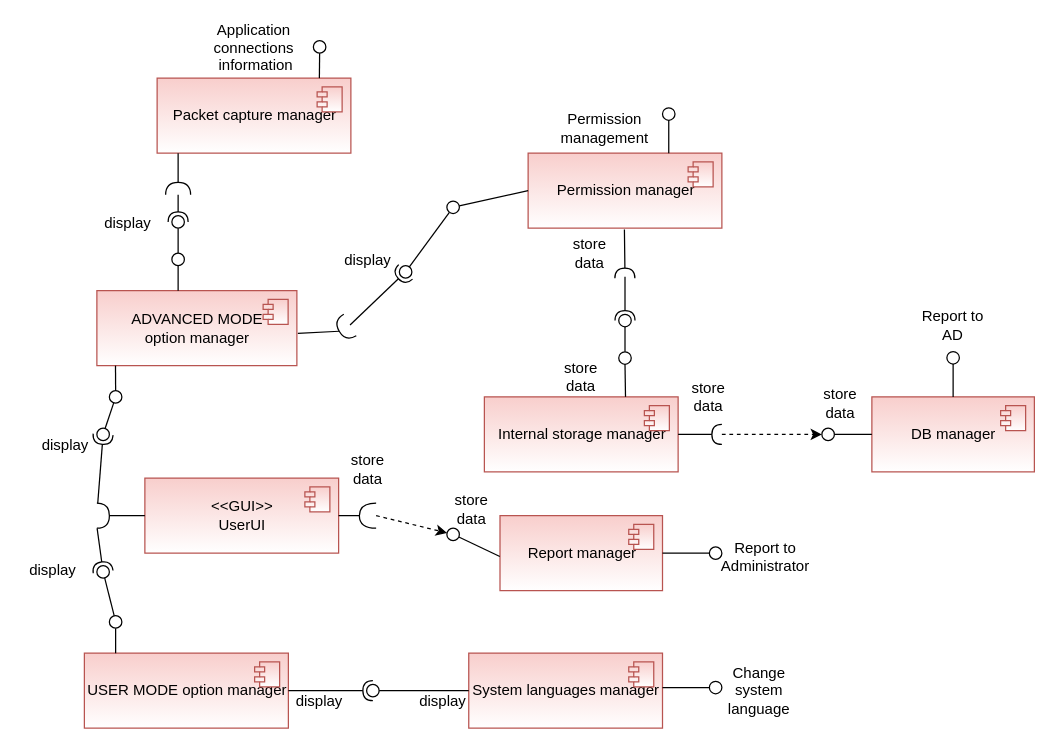
This is SAD/Diagrams/component_diagram.drawio from devmf027/CyberWall, a draw.io file, before an edit. Source tidied: cells renumbered, new cells numbered last; positions are measured from the earlier drawing's top-left corner, leaving out a move shared by most shapes. Both pictures are drawn from the tidied source at 125%, with x=0, y=0 at pixel (21, 30).
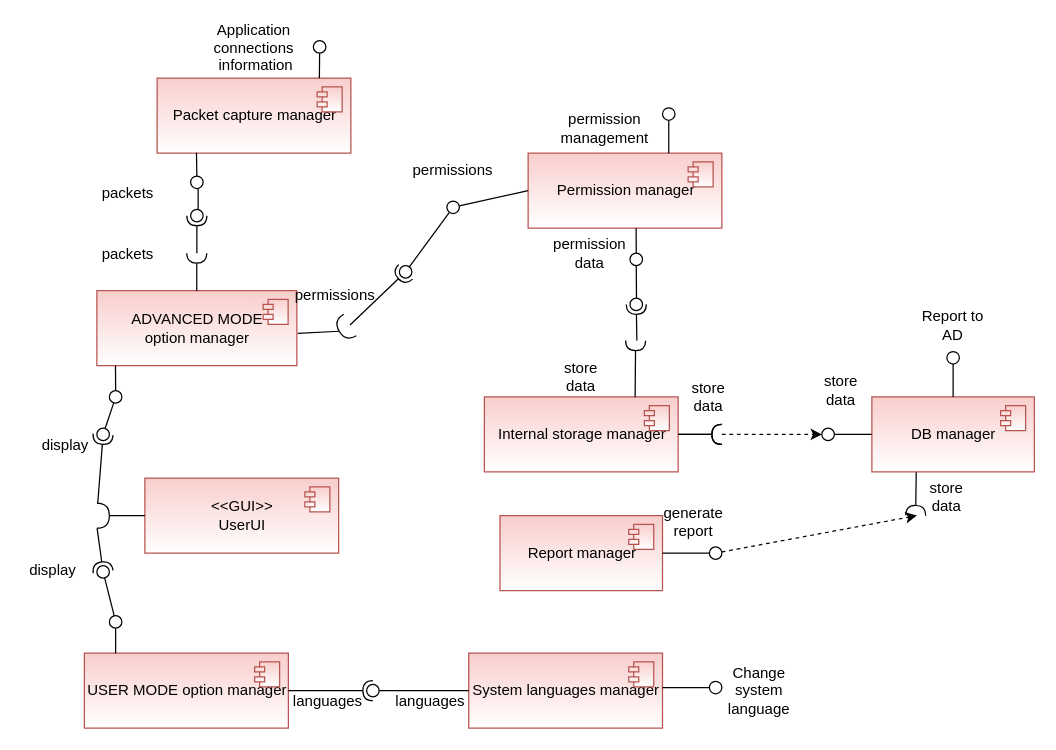
After the change.

Unchanged cells that the change refers to:
```xml
<mxCell id="2" value="Report manager" style="html=1;fillColor=#f8cecc;strokeColor=#b85450;gradientColor=#ffffff;" parent="1" vertex="1">
  <mxGeometry x="382.5" y="388" width="130" height="60" as="geometry" />
</mxCell>
<mxCell id="4" value="DB manager" style="html=1;fillColor=#f8cecc;strokeColor=#b85450;gradientColor=#ffffff;" parent="1" vertex="1">
  <mxGeometry x="680" y="293" width="130" height="60" as="geometry" />
</mxCell>
<mxCell id="14" value="Permission manager" style="html=1;fillColor=#f8cecc;strokeColor=#b85450;gradientColor=#ffffff;" parent="1" vertex="1">
  <mxGeometry x="405" y="98" width="155" height="60" as="geometry" />
</mxCell>
<mxCell id="16" value="Packet capture manager" style="html=1;fillColor=#f8cecc;strokeColor=#b85450;gradientColor=#ffffff;" parent="1" vertex="1">
  <mxGeometry x="108.2" y="38" width="155" height="60" as="geometry" />
</mxCell>
<mxCell id="18" value="Internal storage manager" style="html=1;fillColor=#f8cecc;strokeColor=#b85450;gradientColor=#ffffff;" parent="1" vertex="1">
  <mxGeometry x="370" y="293" width="155" height="60" as="geometry" />
</mxCell>
<mxCell id="64" style="ellipse;whiteSpace=wrap;html=1;align=center;points=[];outlineConnect=0;sketch=0;" parent="1" vertex="1">
  <mxGeometry x="550" y="413" width="10" height="10" as="geometry" />
</mxCell>
```

The edit, as a diff of the source:
```diff
@@
-    <mxCell id="24" style="rounded=0;jettySize=auto;html=1;endArrow=none;endFill=0;sketch=0;sourcePerimeterSpacing=0;targetPerimeterSpacing=0;" parent="1" edge="1" source="75" target="26">
-      <mxGeometry relative="1" as="geometry" />
-    </mxCell>
-    <mxCell id="25" style="rounded=0;orthogonalLoop=1;jettySize=auto;html=1;endArrow=halfCircle;endFill=0;endSize=6;strokeWidth=1;sketch=0;" parent="1" edge="1">
-      <mxGeometry relative="1" as="geometry">
-        <mxPoint x="482.5" y="196.9" as="sourcePoint" />
-        <mxPoint x="482.5" y="231.9" as="targetPoint" />
-      </mxGeometry>
-    </mxCell>
-    <mxCell id="26" style="ellipse;whiteSpace=wrap;html=1;align=center;points=[];outlineConnect=0;sketch=0;" parent="1" vertex="1">
-      <mxGeometry x="477.5" y="226.9" width="10" height="10" as="geometry" />
-    </mxCell>
@@
-    <mxCell id="29" style="endArrow=none;html=1;rounded=0;entryX=1;entryY=0.5;entryDx=0;entryDy=0;entryPerimeter=0;" parent="1" edge="1" target="30">
-      <mxGeometry relative="1" as="geometry">
-        <mxPoint x="125" y="98" as="sourcePoint" />
-      </mxGeometry>
-    </mxCell>
-    <mxCell id="30" style="shape=requiredInterface;html=1;verticalLabelPosition=bottom;sketch=0;rotation=-270;direction=west;" parent="1" vertex="1">
-      <mxGeometry x="120" y="116.3" width="10" height="20" as="geometry" />
-    </mxCell>
-    <mxCell id="31" style="rounded=0;jettySize=auto;html=1;endArrow=none;endFill=0;sketch=0;sourcePerimeterSpacing=0;targetPerimeterSpacing=0;" parent="1" edge="1" target="33">
-      <mxGeometry relative="1" as="geometry">
-        <mxPoint x="125" y="178" as="sourcePoint" />
-      </mxGeometry>
-    </mxCell>
-    <mxCell id="32" style="rounded=0;jettySize=auto;html=1;endArrow=halfCircle;endFill=0;entryX=0.5;entryY=0.5;endSize=6;strokeWidth=1;sketch=0;exitX=0;exitY=0.5;exitDx=0;exitDy=0;exitPerimeter=0;" parent="1" edge="1" source="30" target="33">
-      <mxGeometry relative="1" as="geometry" />
-    </mxCell>
-    <mxCell id="33" style="ellipse;whiteSpace=wrap;html=1;align=center;points=[];outlineConnect=0;sketch=0;" parent="1" vertex="1">
-      <mxGeometry x="120" y="148" width="10" height="10" as="geometry" />
-    </mxCell>
-    <mxCell id="34" style="rounded=0;jettySize=auto;html=1;endArrow=none;endFill=0;sketch=0;sourcePerimeterSpacing=0;targetPerimeterSpacing=0;" parent="1" edge="1" target="35">
-      <mxGeometry relative="1" as="geometry">
-        <mxPoint x="125" y="208" as="sourcePoint" />
-      </mxGeometry>
-    </mxCell>
-    <mxCell id="35" style="ellipse;whiteSpace=wrap;html=1;align=center;points=[];outlineConnect=0;sketch=0;" parent="1" vertex="1">
-      <mxGeometry x="120" y="178" width="10" height="10" as="geometry" />
-    </mxCell>
@@
-    <mxCell id="54" style="endArrow=none;html=1;rounded=0;entryX=1;entryY=0.5;entryDx=0;entryDy=0;entryPerimeter=0;" parent="1" edge="1" target="55">
-      <mxGeometry relative="1" as="geometry">
-        <mxPoint x="253.4" y="388" as="sourcePoint" />
-      </mxGeometry>
-    </mxCell>
-    <mxCell id="55" style="shape=requiredInterface;html=1;verticalLabelPosition=bottom;sketch=0;rotation=0;direction=west;" parent="1" vertex="1">
-      <mxGeometry x="270" y="378" width="13.4" height="20" as="geometry" />
-    </mxCell>
-    <mxCell id="56" style="rounded=0;jettySize=auto;html=1;endArrow=none;endFill=0;sketch=0;sourcePerimeterSpacing=0;targetPerimeterSpacing=0;exitX=-0.001;exitY=0.545;exitDx=0;exitDy=0;exitPerimeter=0;" parent="1" edge="1" source="2" target="57">
-      <mxGeometry relative="1" as="geometry" />
-    </mxCell>
-    <mxCell id="57" style="ellipse;whiteSpace=wrap;html=1;align=center;points=[];outlineConnect=0;sketch=0;" parent="1" vertex="1">
-      <mxGeometry x="340" y="398" width="10" height="10" as="geometry" />
-    </mxCell>
@@
-    <mxCell id="61" style="endArrow=classic;html=1;rounded=0;exitX=0;exitY=0.5;exitDx=0;exitDy=0;exitPerimeter=0;dashed=1;" parent="1" edge="1" source="55" target="57">
-      <mxGeometry relative="1" as="geometry" />
-    </mxCell>
@@
-    <mxCell id="67" value="Report to Administrator" style="text;html=1;strokeColor=none;fillColor=none;align=center;verticalAlign=middle;whiteSpace=wrap;rounded=0;" parent="1" vertex="1">
-      <mxGeometry x="560" y="403" width="70" height="35" as="geometry" />
-    </mxCell>
@@
     <mxCell id="70" value="store data" style="text;html=1;strokeColor=none;fillColor=none;align=center;verticalAlign=middle;whiteSpace=wrap;rounded=0;" parent="1" vertex="1">
-      <mxGeometry x="630" y="278" width="50" height="40" as="geometry" />
+      <mxGeometry x="715" y="353" width="50" height="40" as="geometry" />
     </mxCell>
-    <mxCell id="71" value="store data" style="text;html=1;strokeColor=none;fillColor=none;align=center;verticalAlign=middle;whiteSpace=wrap;rounded=0;" parent="1" vertex="1">
-      <mxGeometry x="252" y="331" width="50" height="40" as="geometry" />
-    </mxCell>
-    <mxCell id="72" value="store data" style="text;html=1;strokeColor=none;fillColor=none;align=center;verticalAlign=middle;whiteSpace=wrap;rounded=0;" parent="1" vertex="1">
-      <mxGeometry x="335" y="363" width="50" height="40" as="geometry" />
-    </mxCell>
-    <mxCell id="73" style="rounded=0;jettySize=auto;html=1;endArrow=halfCircle;endFill=0;endSize=6;strokeWidth=1;sketch=0;exitX=0.497;exitY=1.019;exitDx=0;exitDy=0;exitPerimeter=0;" parent="1" edge="1" source="14">
-      <mxGeometry relative="1" as="geometry">
-        <mxPoint x="482.4" y="198" as="targetPoint" />
-        <Array as="points">
-          <mxPoint x="482.4" y="188" />
-        </Array>
-      </mxGeometry>
-    </mxCell>
-    <mxCell id="74" style="rounded=0;jettySize=auto;html=1;endArrow=none;endFill=0;sketch=0;sourcePerimeterSpacing=0;targetPerimeterSpacing=0;exitX=0.822;exitY=0.018;exitDx=0;exitDy=0;exitPerimeter=0;" parent="1" edge="1" target="75">
-      <mxGeometry relative="1" as="geometry">
-        <mxPoint x="482.9" y="293" as="sourcePoint" />
-      </mxGeometry>
-    </mxCell>
-    <mxCell id="75" style="ellipse;whiteSpace=wrap;html=1;align=center;points=[];outlineConnect=0;sketch=0;" parent="1" vertex="1">
-      <mxGeometry x="477.5" y="256.9" width="10" height="10" as="geometry" />
-    </mxCell>
-    <mxCell id="76" value="store data" style="text;html=1;strokeColor=none;fillColor=none;align=center;verticalAlign=middle;whiteSpace=wrap;rounded=0;" parent="1" vertex="1">
+    <mxCell id="76" value="permission data" style="text;html=1;strokeColor=none;fillColor=none;align=center;verticalAlign=middle;whiteSpace=wrap;rounded=0;" parent="1" vertex="1">
       <mxGeometry x="429.5" y="158" width="48.8" height="40" as="geometry" />
     </mxCell>
@@
-    <mxCell id="80" value="Permission&lt;br&gt;management" style="text;html=1;strokeColor=none;fillColor=none;align=center;verticalAlign=middle;whiteSpace=wrap;rounded=0;" parent="1" vertex="1">
+    <mxCell id="80" value="permission&lt;br&gt;management" style="text;html=1;strokeColor=none;fillColor=none;align=center;verticalAlign=middle;whiteSpace=wrap;rounded=0;" parent="1" vertex="1">
       <mxGeometry x="429.5" y="58" width="72.5" height="40" as="geometry" />
     </mxCell>
@@
-    <mxCell id="83" value="display" style="text;align=center;fontStyle=0;verticalAlign=middle;spacingLeft=3;spacingRight=3;strokeColor=none;" parent="1" vertex="1">
-      <mxGeometry x="213.2" y="523" width="50" height="26" as="geometry" />
+    <mxCell id="83" value="languages" style="text;align=center;fontStyle=0;verticalAlign=middle;spacingLeft=3;spacingRight=3;strokeColor=none;" parent="1" vertex="1">
+      <mxGeometry x="220" y="523" width="50" height="26" as="geometry" />
     </mxCell>
-    <mxCell id="84" value="display" style="text;align=center;fontStyle=0;verticalAlign=middle;spacingLeft=3;spacingRight=3;strokeColor=none;" parent="1" vertex="1">
-      <mxGeometry x="312" y="523" width="50" height="26" as="geometry" />
+    <mxCell id="84" value="languages" style="text;align=center;fontStyle=0;verticalAlign=middle;spacingLeft=3;spacingRight=3;strokeColor=none;" parent="1" vertex="1">
+      <mxGeometry x="302" y="523" width="50" height="26" as="geometry" />
     </mxCell>
@@
-    <mxCell id="90" value="display" style="text;align=center;fontStyle=0;verticalAlign=middle;spacingLeft=3;spacingRight=3;strokeColor=none;" parent="1" vertex="1">
-      <mxGeometry x="60" y="140" width="50" height="26" as="geometry" />
+    <mxCell id="90" value="packets" style="text;align=center;fontStyle=0;verticalAlign=middle;spacingLeft=3;spacingRight=3;strokeColor=none;" parent="1" vertex="1">
+      <mxGeometry x="60" y="116.3" width="50" height="26" as="geometry" />
     </mxCell>
-    <mxCell id="91" value="display" style="text;align=center;fontStyle=0;verticalAlign=middle;spacingLeft=3;spacingRight=3;strokeColor=none;" parent="1" vertex="1">
-      <mxGeometry x="252" y="170" width="50" height="26" as="geometry" />
+    <mxCell id="91" value="permissions" style="text;align=center;fontStyle=0;verticalAlign=middle;spacingLeft=3;spacingRight=3;strokeColor=none;" parent="1" vertex="1">
+      <mxGeometry x="225.8" y="198" width="50" height="26" as="geometry" />
     </mxCell>
+    <mxCell id="92" value="packets" style="text;align=center;fontStyle=0;verticalAlign=middle;spacingLeft=3;spacingRight=3;strokeColor=none;" parent="1" vertex="1">
+      <mxGeometry x="60" y="165" width="50" height="26" as="geometry" />
+    </mxCell>
+    <mxCell id="93" value="permissions" style="text;align=center;fontStyle=0;verticalAlign=middle;spacingLeft=3;spacingRight=3;strokeColor=none;" parent="1" vertex="1">
+      <mxGeometry x="320" y="98" width="50" height="26" as="geometry" />
+    </mxCell>
+    <mxCell id="94" style="rounded=0;orthogonalLoop=1;jettySize=auto;html=1;endArrow=none;endFill=0;sketch=0;sourcePerimeterSpacing=0;targetPerimeterSpacing=0;" parent="1" edge="1">
+      <mxGeometry relative="1" as="geometry">
+        <mxPoint x="141" y="126.3" as="sourcePoint" />
+        <mxPoint x="141" y="143" as="targetPoint" />
+      </mxGeometry>
+    </mxCell>
+    <mxCell id="95" style="rounded=0;jettySize=auto;html=1;endArrow=halfCircle;endFill=0;entryX=0.5;entryY=0.5;endSize=6;strokeWidth=1;sketch=0;exitX=0.5;exitY=0;exitDx=0;exitDy=0;" parent="1" edge="1" target="96">
+      <mxGeometry relative="1" as="geometry">
+        <mxPoint x="140" y="178" as="sourcePoint" />
+      </mxGeometry>
+    </mxCell>
+    <mxCell id="96" style="ellipse;whiteSpace=wrap;html=1;align=center;points=[];outlineConnect=0;sketch=0;" parent="1" vertex="1">
+      <mxGeometry x="135" y="143" width="10" height="10" as="geometry" />
+    </mxCell>
+    <mxCell id="97" style="rounded=0;orthogonalLoop=1;jettySize=auto;html=1;endArrow=halfCircle;endFill=0;entryX=0.5;entryY=0.5;endSize=6;strokeWidth=1;sketch=0;exitX=0.5;exitY=0;exitDx=0;exitDy=0;" parent="1" edge="1">
+      <mxGeometry relative="1" as="geometry">
+        <mxPoint x="139.9" y="208" as="sourcePoint" />
+        <mxPoint x="139.9" y="178" as="targetPoint" />
+      </mxGeometry>
+    </mxCell>
+    <mxCell id="98" style="rounded=0;jettySize=auto;html=1;endArrow=none;endFill=0;sketch=0;sourcePerimeterSpacing=0;targetPerimeterSpacing=0;exitX=0.203;exitY=0.996;exitDx=0;exitDy=0;exitPerimeter=0;" parent="1" edge="1" source="16" target="99">
+      <mxGeometry relative="1" as="geometry" />
+    </mxCell>
+    <mxCell id="99" style="ellipse;whiteSpace=wrap;html=1;align=center;points=[];outlineConnect=0;sketch=0;" parent="1" vertex="1">
+      <mxGeometry x="135" y="116.3" width="10" height="10" as="geometry" />
+    </mxCell>
+    <mxCell id="100" style="rounded=0;orthogonalLoop=1;jettySize=auto;html=1;endArrow=halfCircle;endFill=0;endSize=6;strokeWidth=1;sketch=0;exitX=1;exitY=0.5;exitDx=0;exitDy=0;" parent="1" edge="1">
+      <mxGeometry relative="1" as="geometry">
+        <mxPoint x="525" y="323" as="sourcePoint" />
+        <mxPoint x="560" y="323" as="targetPoint" />
+      </mxGeometry>
+    </mxCell>
+    <mxCell id="101" style="rounded=0;jettySize=auto;html=1;endArrow=halfCircle;endFill=0;endSize=6;strokeWidth=1;sketch=0;exitX=0.273;exitY=1.005;exitDx=0;exitDy=0;exitPerimeter=0;" parent="1" edge="1" source="4">
+      <mxGeometry relative="1" as="geometry">
+        <mxPoint x="715" y="387.9" as="targetPoint" />
+      </mxGeometry>
+    </mxCell>
+    <mxCell id="102" style="endArrow=classic;html=1;rounded=0;dashed=1;" parent="1" edge="1" source="64">
+      <mxGeometry relative="1" as="geometry">
+        <mxPoint x="716" y="388" as="targetPoint" />
+      </mxGeometry>
+    </mxCell>
+    <mxCell id="103" value="generate&lt;br&gt;report" style="text;html=1;strokeColor=none;fillColor=none;align=center;verticalAlign=middle;whiteSpace=wrap;rounded=0;" parent="1" vertex="1">
+      <mxGeometry x="512.5" y="373" width="48.8" height="40" as="geometry" />
+    </mxCell>
+    <mxCell id="104" value="store data" style="text;html=1;strokeColor=none;fillColor=none;align=center;verticalAlign=middle;whiteSpace=wrap;rounded=0;" parent="1" vertex="1">
+      <mxGeometry x="631.2" y="268" width="48.8" height="40" as="geometry" />
+    </mxCell>
+    <mxCell id="105" style="rounded=0;jettySize=auto;html=1;endArrow=none;endFill=0;sketch=0;sourcePerimeterSpacing=0;targetPerimeterSpacing=0;" parent="1" edge="1" source="109">
+      <mxGeometry relative="1" as="geometry">
+        <mxPoint x="491.7" y="214" as="targetPoint" />
+      </mxGeometry>
+    </mxCell>
+    <mxCell id="106" style="rounded=0;orthogonalLoop=1;jettySize=auto;html=1;endArrow=halfCircle;endFill=0;entryX=0.5;entryY=0.5;endSize=6;strokeWidth=1;sketch=0;" parent="1" edge="1">
+      <mxGeometry relative="1" as="geometry">
+        <mxPoint x="492" y="248" as="sourcePoint" />
+        <mxPoint x="491.5" y="219" as="targetPoint" />
+      </mxGeometry>
+    </mxCell>
+    <mxCell id="107" style="ellipse;whiteSpace=wrap;html=1;align=center;sketch=0;" parent="1" vertex="1">
+      <mxGeometry x="486.5" y="214" width="10" height="10" as="geometry" />
+    </mxCell>
+    <mxCell id="108" style="rounded=0;jettySize=auto;html=1;endArrow=halfCircle;endFill=0;endSize=6;strokeWidth=1;sketch=0;exitX=0.778;exitY=0.006;exitDx=0;exitDy=0;exitPerimeter=0;" parent="1" edge="1" source="18">
+      <mxGeometry relative="1" as="geometry">
+        <mxPoint x="491" y="248" as="targetPoint" />
+      </mxGeometry>
+    </mxCell>
+    <mxCell id="109" style="ellipse;whiteSpace=wrap;html=1;align=center;points=[];outlineConnect=0;sketch=0;" parent="1" vertex="1">
+      <mxGeometry x="486.5" y="178" width="10" height="10" as="geometry" />
+    </mxCell>
+    <mxCell id="110" style="rounded=0;jettySize=auto;html=1;endArrow=none;endFill=0;sketch=0;sourcePerimeterSpacing=0;exitX=0.322;exitY=1.005;exitDx=0;exitDy=0;exitPerimeter=0;" parent="1" edge="1" target="109">
+      <mxGeometry relative="1" as="geometry">
+        <mxPoint x="491.4" y="158" as="sourcePoint" />
+      </mxGeometry>
+    </mxCell>
```
